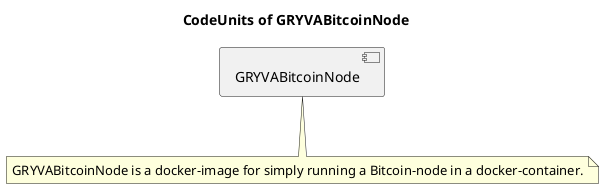
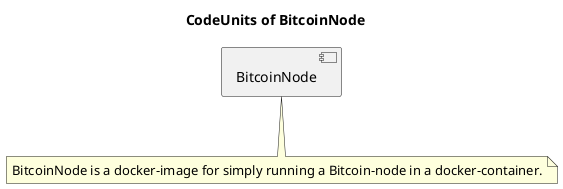
@startuml CodeUnits-Overview
- title CodeUnits of GRYVABitcoinNode
+ title CodeUnits of BitcoinNode

- [GRYVABitcoinNode]
- note as GRYVABitcoinNodeNote
-   GRYVABitcoinNode is a docker-image for simply running a Bitcoin-node in a docker-container.
+ [BitcoinNode]
+ note as BitcoinNodeNote
+   BitcoinNode is a docker-image for simply running a Bitcoin-node in a docker-container.
end note
- GRYVABitcoinNode .. GRYVABitcoinNodeNote
+ BitcoinNode .. BitcoinNodeNote


@enduml